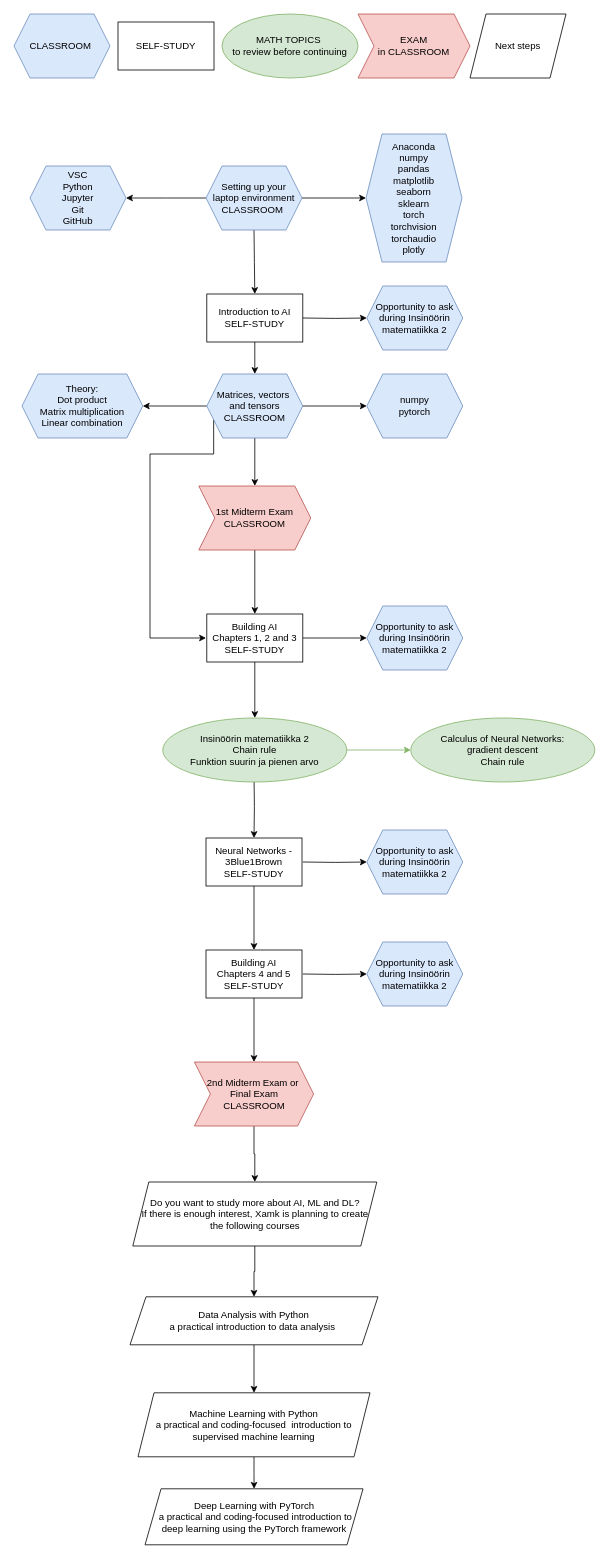
This is Workflow.drawio from henrylahteenmaki/draw.io, a draw.io file, before an edit. Source tidied: cells renumbered, new cells numbered last; positions are measured from the earlier drawing's top-left corner, leaving out a move shared by most shapes. Both pictures are drawn from the tidied source at 80%, with x=0, y=0 at pixel (14, 14).
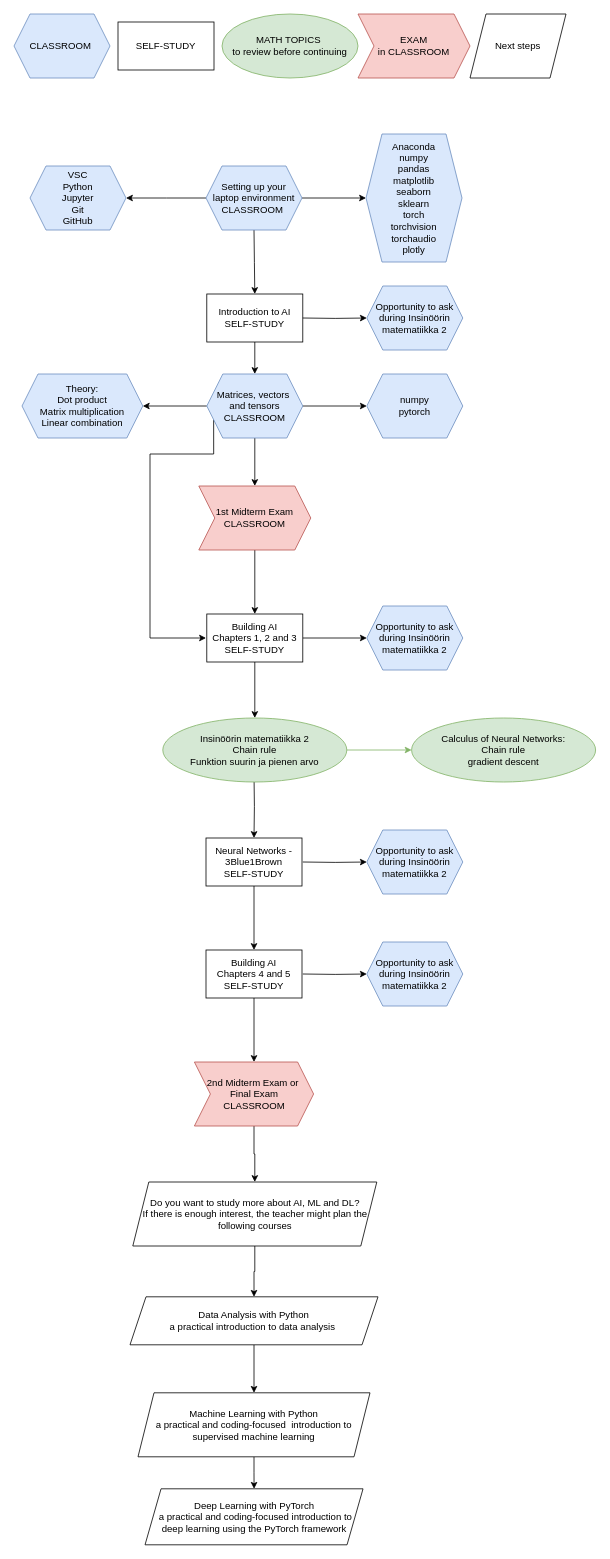
After the change.

Change to the diagram source:
```diff
@@
-    <mxCell id="33" value="&lt;div&gt;Calculus of Neural Networks:&lt;/div&gt;&lt;div&gt;gradient descent&lt;br&gt;&lt;/div&gt;&lt;div&gt;Chain rule&lt;/div&gt;" style="ellipse;whiteSpace=wrap;html=1;rounded=0;fillColor=#d5e8d4;strokeColor=#82b366;" parent="1" vertex="1">
-      <mxGeometry x="496" y="880" width="230" height="80" as="geometry" />
+    <mxCell id="33" value="&lt;div&gt;Calculus of Neural Networks:&lt;/div&gt;&lt;div&gt;Chain rule&lt;br&gt;&lt;/div&gt;&lt;div&gt;gradient descent&lt;/div&gt;" style="ellipse;whiteSpace=wrap;html=1;rounded=0;fillColor=#d5e8d4;strokeColor=#82b366;" parent="1" vertex="1">
+      <mxGeometry x="497" y="880" width="230" height="80" as="geometry" />
     </mxCell>
@@
-    <mxCell id="44" value="Do you want to study more about AI, ML and DL?&lt;div&gt;If there is enough interest, Xamk is planning to create the following courses&lt;/div&gt;" style="shape=parallelogram;perimeter=parallelogramPerimeter;whiteSpace=wrap;html=1;fixedSize=1;" parent="1" vertex="1">
+    <mxCell id="44" value="Do you want to study more about AI, ML and DL?&lt;div&gt;If there is enough interest, the teacher might plan the following courses&lt;/div&gt;" style="shape=parallelogram;perimeter=parallelogramPerimeter;whiteSpace=wrap;html=1;fixedSize=1;" parent="1" vertex="1">
       <mxGeometry x="148.5" y="1460" width="305" height="80" as="geometry" />
     </mxCell>
```
